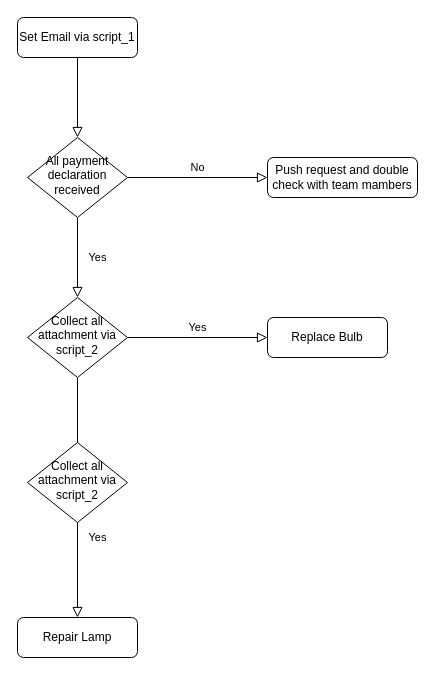
Before: Untitled Diagram.drawio in i3land/ZXMAC_FIRST_GIT, a draw.io diagram. Source tidied: cells renumbered, new cells numbered last; positions are measured from the earlier drawing's top-left corner, leaving out a move shared by most shapes. Both pictures are drawn from the tidied source at 100%, with x=0, y=0 at pixel (17, 17).
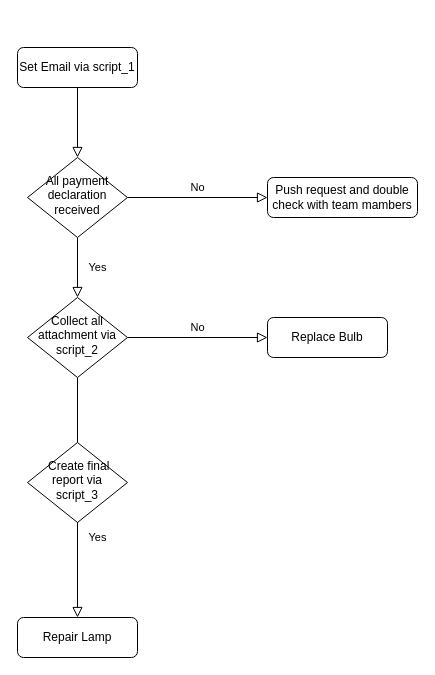
The same page after the edit.

What changed in the source:
```diff
@@
 <mxGraphModel>
   <root>
     <mxCell id="0" />
     <mxCell id="1" parent="0" />
     <mxCell id="2" style="rounded=0;html=1;jettySize=auto;fontSize=11;endArrow=block;endFill=0;endSize=8;strokeWidth=1;shadow=0;labelBackgroundColor=none;edgeStyle=orthogonalEdgeStyle;" parent="1" edge="1" source="3" target="6">
       <mxGeometry relative="1" as="geometry" />
     </mxCell>
     <mxCell id="3" value="Set Email via script_1" style="rounded=1;whiteSpace=wrap;html=1;fontSize=12;glass=0;strokeWidth=1;shadow=0;" parent="1" vertex="1">
-      <mxGeometry width="120" height="40" as="geometry" />
+      <mxGeometry y="30" width="120" height="40" as="geometry" />
     </mxCell>
     <mxCell id="4" value="Yes" style="rounded=0;html=1;jettySize=auto;fontSize=11;endArrow=block;endFill=0;endSize=8;strokeWidth=1;shadow=0;labelBackgroundColor=none;edgeStyle=orthogonalEdgeStyle;" parent="1" edge="1" source="6" target="10">
       <mxGeometry y="20" relative="1" as="geometry" />
     </mxCell>
     <mxCell id="5" value="No" style="edgeStyle=orthogonalEdgeStyle;rounded=0;html=1;jettySize=auto;fontSize=11;endArrow=block;endFill=0;endSize=8;strokeWidth=1;shadow=0;labelBackgroundColor=none;" parent="1" edge="1" source="6" target="7">
       <mxGeometry y="10" relative="1" as="geometry" />
     </mxCell>
     <mxCell id="6" value="All payment declaration received" style="rhombus;whiteSpace=wrap;html=1;shadow=0;fontFamily=Helvetica;fontSize=12;align=center;strokeWidth=1;spacing=6;spacingTop=-4;" parent="1" vertex="1">
-      <mxGeometry x="10" y="120" width="100" height="80" as="geometry" />
+      <mxGeometry x="10" y="140" width="100" height="80" as="geometry" />
     </mxCell>
     <mxCell id="7" value="Push request and double check with team mambers" style="rounded=1;whiteSpace=wrap;html=1;fontSize=12;glass=0;strokeWidth=1;shadow=0;" parent="1" vertex="1">
-      <mxGeometry x="250" y="140" width="150" height="40" as="geometry" />
+      <mxGeometry x="250" y="160" width="150" height="40" as="geometry" />
     </mxCell>
     <mxCell id="8" value="Yes" style="rounded=0;html=1;jettySize=auto;fontSize=11;endArrow=block;endFill=0;endSize=8;strokeWidth=1;shadow=0;labelBackgroundColor=none;edgeStyle=orthogonalEdgeStyle;" parent="1" edge="1" source="10" target="11">
       <mxGeometry x="0.33" y="20" relative="1" as="geometry" />
     </mxCell>
-    <mxCell id="9" value="Yes" style="edgeStyle=orthogonalEdgeStyle;rounded=0;html=1;jettySize=auto;fontSize=11;endArrow=block;endFill=0;endSize=8;strokeWidth=1;shadow=0;labelBackgroundColor=none;" parent="1" edge="1" source="10" target="12">
+    <mxCell id="9" value="No" style="edgeStyle=orthogonalEdgeStyle;rounded=0;html=1;jettySize=auto;fontSize=11;endArrow=block;endFill=0;endSize=8;strokeWidth=1;shadow=0;labelBackgroundColor=none;" parent="1" edge="1" source="10" target="12">
       <mxGeometry y="10" relative="1" as="geometry" />
     </mxCell>
     <mxCell id="10" value="Collect all attachment via script_2" style="rhombus;whiteSpace=wrap;html=1;shadow=0;fontFamily=Helvetica;fontSize=12;align=center;strokeWidth=1;spacing=6;spacingTop=-4;" parent="1" vertex="1">
       <mxGeometry x="10" y="280" width="100" height="80" as="geometry" />
     </mxCell>
     <mxCell id="11" value="Repair Lamp" style="rounded=1;whiteSpace=wrap;html=1;fontSize=12;glass=0;strokeWidth=1;shadow=0;" parent="1" vertex="1">
       <mxGeometry y="600" width="120" height="40" as="geometry" />
     </mxCell>
     <mxCell id="12" value="Replace Bulb" style="rounded=1;whiteSpace=wrap;html=1;fontSize=12;glass=0;strokeWidth=1;shadow=0;" parent="1" vertex="1">
       <mxGeometry x="250" y="300" width="120" height="40" as="geometry" />
     </mxCell>
-    <mxCell id="13" value="Collect all attachment via script_2" style="rhombus;whiteSpace=wrap;html=1;shadow=0;fontFamily=Helvetica;fontSize=12;align=center;strokeWidth=1;spacing=6;spacingTop=-4;" parent="1" vertex="1">
+    <mxCell id="13" value="&amp;nbsp;Create final report via script_3" style="rhombus;whiteSpace=wrap;html=1;shadow=0;fontFamily=Helvetica;fontSize=12;align=center;strokeWidth=1;spacing=6;spacingTop=-4;" parent="1" vertex="1">
       <mxGeometry x="10" y="425" width="100" height="80" as="geometry" />
     </mxCell>
   </root>
 </mxGraphModel>
```
